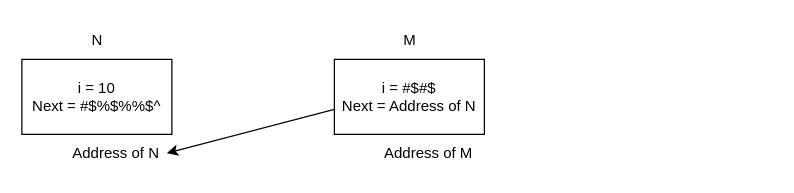
Earlier version of the draw.io diagram Basic Revision of C/explain.drawio (0vibecode/Codiging-challenge-CP). Source tidied: cells renumbered, new cells numbered last; positions are measured from the earlier drawing's top-left corner, leaving out a move shared by most shapes. Both pictures are drawn from the tidied source at 125%, with x=0, y=0 at pixel (21, 21).
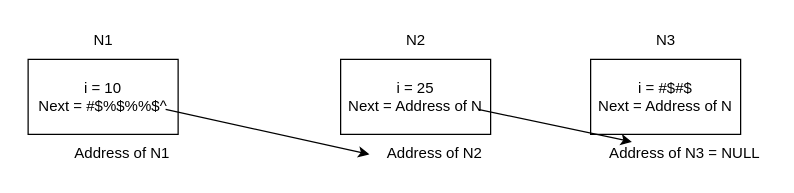
The same diagram, later.

Change to the diagram source:
```diff
@@
 <mxGraphModel>
   <root>
     <mxCell id="0" />
     <mxCell id="1" parent="0" />
     <mxCell id="2" value="i = 10&lt;div&gt;Next = #$%$%%$^&lt;/div&gt;" style="rounded=0;whiteSpace=wrap;html=1;" parent="1" vertex="1">
-      <mxGeometry y="30" width="120" height="60" as="geometry" />
+      <mxGeometry x="5" y="30" width="120" height="60" as="geometry" />
     </mxCell>
-    <mxCell id="3" value="i = #$#$&lt;div&gt;Next = Address of N&lt;/div&gt;" style="rounded=0;whiteSpace=wrap;html=1;" parent="1" vertex="1">
-      <mxGeometry x="250" y="30" width="120" height="60" as="geometry" />
+    <mxCell id="3" value="i = 25&lt;div&gt;Next = Address of N&lt;/div&gt;" style="rounded=0;whiteSpace=wrap;html=1;" parent="1" vertex="1">
+      <mxGeometry x="255" y="30" width="120" height="60" as="geometry" />
     </mxCell>
-    <mxCell id="4" value="N" style="text;html=1;align=center;verticalAlign=middle;strokeColor=none;fillColor=none;" parent="1" vertex="1">
-      <mxGeometry x="45" width="30" height="30" as="geometry" />
+    <mxCell id="4" value="N1" style="text;html=1;align=center;verticalAlign=middle;strokeColor=none;fillColor=none;" parent="1" vertex="1">
+      <mxGeometry x="45" width="40" height="30" as="geometry" />
     </mxCell>
-    <mxCell id="5" value="M" style="text;html=1;align=center;verticalAlign=middle;strokeColor=none;fillColor=none;" parent="1" vertex="1">
-      <mxGeometry x="295" width="30" height="30" as="geometry" />
+    <mxCell id="5" value="N2" style="text;html=1;align=center;verticalAlign=middle;strokeColor=none;fillColor=none;" parent="1" vertex="1">
+      <mxGeometry x="295" width="40" height="30" as="geometry" />
     </mxCell>
-    <mxCell id="6" value="Address of N" style="text;html=1;align=center;verticalAlign=middle;points=[];strokeColor=none;fillColor=none;" parent="1" vertex="1">
-      <mxGeometry x="30" y="90" width="90" height="30" as="geometry" />
+    <mxCell id="6" value="Address of N1" style="text;html=1;align=center;verticalAlign=middle;points=[];strokeColor=none;fillColor=none;" parent="1" vertex="1">
+      <mxGeometry x="30" y="90" width="100" height="30" as="geometry" />
     </mxCell>
-    <mxCell id="7" value="Address of M" style="text;html=1;align=center;verticalAlign=middle;points=[];strokeColor=none;fillColor=none;" parent="1" vertex="1">
-      <mxGeometry x="280" y="90" width="90" height="30" as="geometry" />
+    <mxCell id="7" value="Address of N2" style="text;html=1;align=center;verticalAlign=middle;points=[];strokeColor=none;fillColor=none;" parent="1" vertex="1">
+      <mxGeometry x="280" y="90" width="100" height="30" as="geometry" />
     </mxCell>
-    <mxCell id="8" style="endArrow=classic;html=1;entryX=0.956;entryY=0.5;entryDx=0;entryDy=0;entryPerimeter=0;" parent="1" edge="1" target="6">
-      <mxGeometry relative="1" as="geometry">
-        <mxPoint x="250" y="70" as="sourcePoint" />
-      </mxGeometry>
-    </mxCell>
+    <mxCell id="9" value="i = #$#$&lt;div&gt;Next = Address of N&lt;/div&gt;" style="rounded=0;whiteSpace=wrap;html=1;" parent="1" vertex="1">
+      <mxGeometry x="455" y="30" width="120" height="60" as="geometry" />
+    </mxCell>
+    <mxCell id="10" value="N3" style="text;html=1;align=center;verticalAlign=middle;strokeColor=none;fillColor=none;" parent="1" vertex="1">
+      <mxGeometry x="495" width="40" height="30" as="geometry" />
+    </mxCell>
+    <mxCell id="11" value="Address of N3 = NULL" style="text;html=1;align=center;verticalAlign=middle;strokeColor=none;fillColor=none;" parent="1" vertex="1">
+      <mxGeometry x="460" y="90" width="140" height="30" as="geometry" />
+    </mxCell>
+    <mxCell id="12" style="endArrow=classic;html=1;entryX=-0.02;entryY=0.533;entryDx=0;entryDy=0;entryPerimeter=0;" parent="1" edge="1" target="7">
+      <mxGeometry relative="1" as="geometry">
+        <mxPoint x="115" y="70" as="sourcePoint" />
+      </mxGeometry>
+    </mxCell>
+    <mxCell id="13" style="endArrow=classic;html=1;entryX=-0.02;entryY=0.533;entryDx=0;entryDy=0;entryPerimeter=0;" parent="1" edge="1">
+      <mxGeometry relative="1" as="geometry">
+        <mxPoint x="365" y="70" as="sourcePoint" />
+        <mxPoint x="488" y="96" as="targetPoint" />
+      </mxGeometry>
+    </mxCell>
   </root>
 </mxGraphModel>
```
